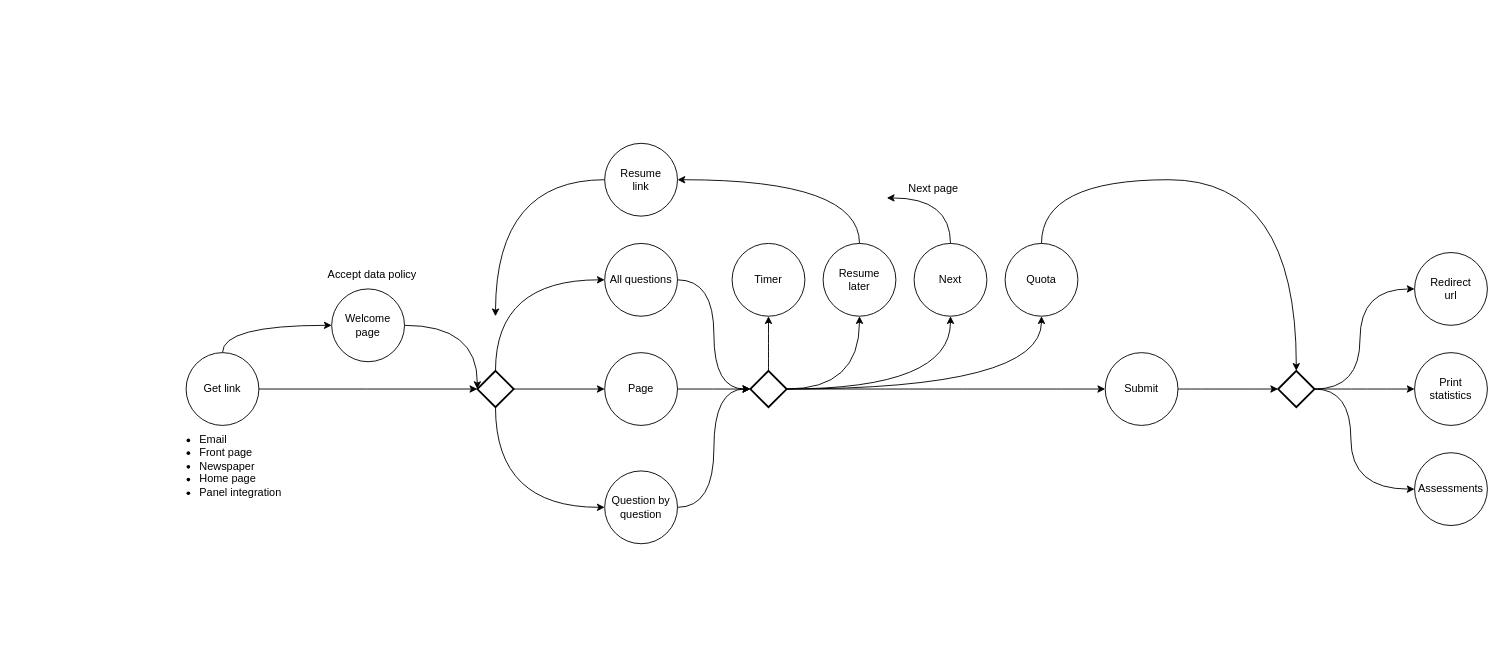
Earlier version of the draw.io diagram Take a survey flow.drawio (olleharstedt/diagrams.net). Source tidied: cells renumbered, new cells numbered last; positions are measured from the earlier drawing's top-left corner, leaving out a move shared by most shapes. Both pictures are drawn from the tidied source at 91%, with x=0, y=0 at pixel (160, 143).
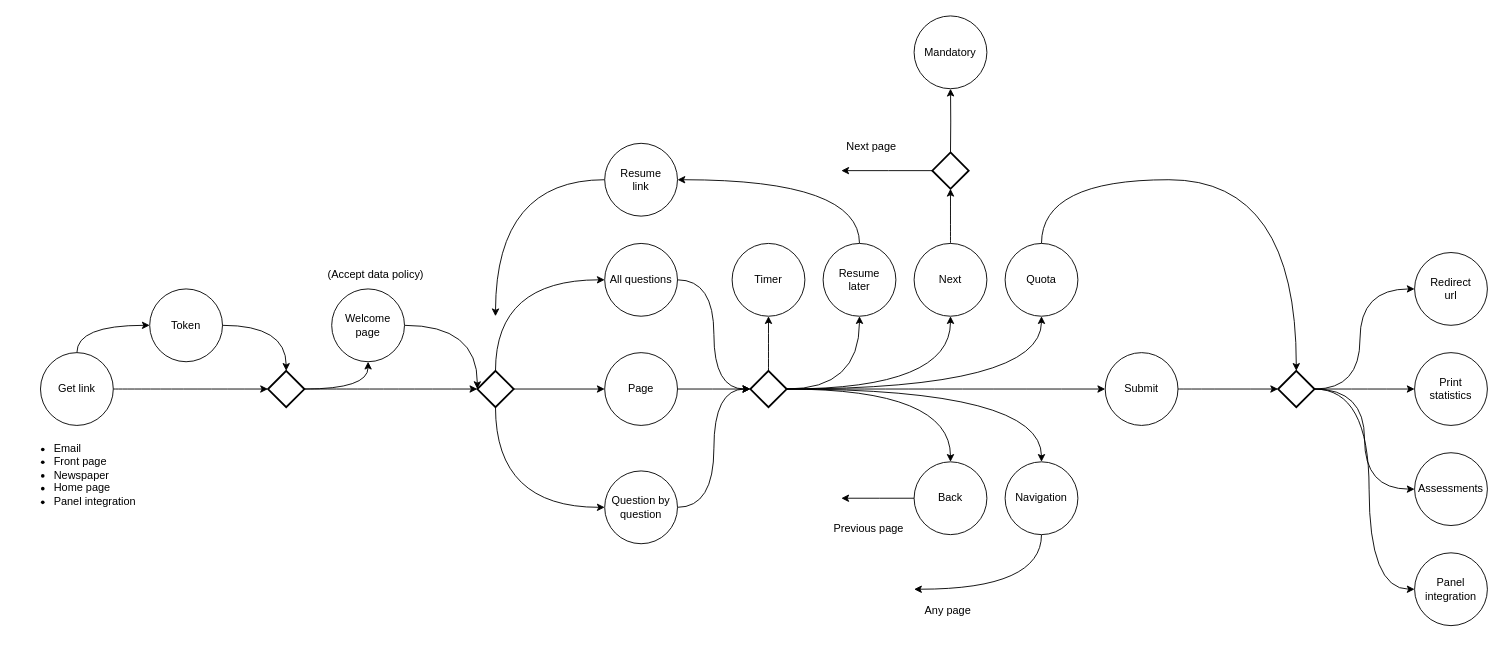
The same page after the edit.

Unchanged cells that the change refers to:
```xml
<mxCell id="13" style="strokeWidth=2;html=1;shape=mxgraph.flowchart.decision;whiteSpace=wrap;" parent="1" vertex="1">
  <mxGeometry x="348" y="250" width="40" height="40" as="geometry" />
</mxCell>
<mxCell id="15" value="Welcome page" style="ellipse;whiteSpace=wrap;html=1;" parent="1" vertex="1">
  <mxGeometry x="188" y="160" width="80" height="80" as="geometry" />
</mxCell>
<mxCell id="20" style="strokeWidth=2;html=1;shape=mxgraph.flowchart.decision;whiteSpace=wrap;" parent="1" vertex="1">
  <mxGeometry x="648" y="250" width="40" height="40" as="geometry" />
</mxCell>
<mxCell id="25" value="Next" style="ellipse;whiteSpace=wrap;html=1;" parent="1" vertex="1">
  <mxGeometry x="828" y="110" width="80" height="80" as="geometry" />
</mxCell>
<mxCell id="35" value="Assessments" style="ellipse;whiteSpace=wrap;html=1;" parent="1" vertex="1">
  <mxGeometry x="1378" y="340" width="80" height="80" as="geometry" />
</mxCell>
<mxCell id="42" style="strokeWidth=2;html=1;shape=mxgraph.flowchart.decision;whiteSpace=wrap;" parent="1" vertex="1">
  <mxGeometry x="1228" y="250" width="40" height="40" as="geometry" />
</mxCell>
```

Diff of the diagram source:
```diff
@@
-    <mxCell id="2" style="edgeStyle=orthogonalEdgeStyle;curved=1;jettySize=auto;html=1;" parent="1" edge="1" source="4" target="15">
-      <mxGeometry relative="1" as="geometry">
-        <Array as="points">
-          <mxPoint x="68" y="200" />
-        </Array>
-      </mxGeometry>
-    </mxCell>
-    <mxCell id="3" style="edgeStyle=orthogonalEdgeStyle;curved=1;jettySize=auto;html=1;" parent="1" edge="1" source="4">
-      <mxGeometry relative="1" as="geometry">
-        <mxPoint x="348" y="270" as="targetPoint" />
-      </mxGeometry>
+    <mxCell id="3" style="edgeStyle=orthogonalEdgeStyle;curved=1;jettySize=auto;html=1;entryX=0;entryY=0.5;entryDx=0;entryDy=0;entryPerimeter=0;" parent="1" edge="1" source="4" target="54">
+      <mxGeometry relative="1" as="geometry" />
     </mxCell>
+    <mxCell id="44" style="edgeStyle=orthogonalEdgeStyle;curved=1;jettySize=auto;html=1;exitX=0.5;exitY=0;exitDx=0;exitDy=0;" parent="1" edge="1" source="4" target="52">
+      <mxGeometry relative="1" as="geometry" />
+    </mxCell>
     <mxCell id="4" value="Get link" style="ellipse;whiteSpace=wrap;html=1;" parent="1" vertex="1">
-      <mxGeometry x="28" y="230" width="80" height="80" as="geometry" />
+      <mxGeometry x="-132" y="230" width="80" height="80" as="geometry" />
     </mxCell>
@@
+    <mxCell id="45" style="edgeStyle=orthogonalEdgeStyle;curved=1;jettySize=auto;html=1;exitX=1;exitY=0.5;exitDx=0;exitDy=0;exitPerimeter=0;" parent="1" edge="1" source="20">
+      <mxGeometry relative="1" as="geometry">
+        <mxPoint x="868" y="350" as="targetPoint" />
+        <Array as="points">
+          <mxPoint x="868" y="270" />
+        </Array>
+      </mxGeometry>
+    </mxCell>
@@
-    <mxCell id="27" style="edgeStyle=orthogonalEdgeStyle;curved=1;jettySize=auto;html=1;exitX=1;exitY=0.5;exitDx=0;exitDy=0;exitPerimeter=0;" parent="1" edge="1" source="42" target="35">
-      <mxGeometry relative="1" as="geometry">
-        <Array as="points">
-          <mxPoint x="1308" y="270" />
-          <mxPoint x="1308" y="380" />
-        </Array>
-      </mxGeometry>
-    </mxCell>
@@
     <mxCell id="39" value="&lt;ul&gt;&lt;li&gt;Email&lt;/li&gt;&lt;li&gt;Front page&lt;/li&gt;&lt;li&gt;Newspaper&lt;/li&gt;&lt;li&gt;Home page&lt;/li&gt;&lt;li&gt;Panel integration&lt;br&gt;&lt;/li&gt;&lt;/ul&gt;" style="text;html=1;strokeColor=none;fillColor=none;align=left;verticalAlign=top;whiteSpace=wrap;rounded=0;" parent="1" vertex="1">
-      <mxGeometry x="0.5" y="300" width="135" height="120" as="geometry" />
+      <mxGeometry x="-159.5" y="310" width="135" height="120" as="geometry" />
     </mxCell>
-    <mxCell id="40" style="edgeStyle=orthogonalEdgeStyle;curved=1;jettySize=auto;html=1;exitX=0.5;exitY=0;exitDx=0;exitDy=0;" parent="1" edge="1" source="25">
-      <mxGeometry relative="1" as="geometry">
-        <mxPoint x="798" y="60" as="targetPoint" />
-        <Array as="points">
-          <mxPoint x="868" y="60" />
-        </Array>
-      </mxGeometry>
+    <mxCell id="40" style="edgeStyle=orthogonalEdgeStyle;curved=1;jettySize=auto;html=1;exitX=0.5;exitY=0;exitDx=0;exitDy=0;entryX=0.5;entryY=1;entryDx=0;entryDy=0;entryPerimeter=0;" parent="1" edge="1" source="25" target="49">
+      <mxGeometry relative="1" as="geometry" />
     </mxCell>
-    <mxCell id="41" value="Next page" style="text;html=1;strokeColor=none;fillColor=none;align=center;verticalAlign=middle;whiteSpace=wrap;rounded=0;" parent="1" vertex="1">
-      <mxGeometry x="798" y="40" width="103" height="20" as="geometry" />
-    </mxCell>
+    <mxCell id="46" style="edgeStyle=orthogonalEdgeStyle;curved=1;jettySize=auto;html=1;entryX=0;entryY=0.5;entryDx=0;entryDy=0;" parent="1" edge="1" source="42" target="47">
+      <mxGeometry relative="1" as="geometry">
+        <Array as="points">
+          <mxPoint x="1328" y="270" />
+          <mxPoint x="1328" y="490" />
+        </Array>
+      </mxGeometry>
+    </mxCell>
@@
-    <mxCell id="43" value="Accept data policy" style="text;strokeColor=none;fillColor=none;align=left;verticalAlign=top;spacingLeft=4;spacingRight=4;overflow=hidden;" parent="1" vertex="1">
+    <mxCell id="43" value="(Accept data policy)" style="text;strokeColor=none;fillColor=none;align=left;verticalAlign=top;spacingLeft=4;spacingRight=4;overflow=hidden;" parent="1" vertex="1">
       <mxGeometry x="178" y="130" width="130" height="26" as="geometry" />
     </mxCell>
+    <mxCell id="47" value="&lt;div&gt;Panel&lt;/div&gt;&lt;div&gt;integration&lt;br&gt;&lt;/div&gt;" style="ellipse;whiteSpace=wrap;html=1;" parent="1" vertex="1">
+      <mxGeometry x="1378" y="450" width="80" height="80" as="geometry" />
+    </mxCell>
+    <mxCell id="27" style="edgeStyle=orthogonalEdgeStyle;curved=1;jettySize=auto;html=1;exitX=1;exitY=0.5;exitDx=0;exitDy=0;exitPerimeter=0;entryX=0;entryY=0.5;entryDx=0;entryDy=0;" parent="1" edge="1" source="42" target="35">
+      <mxGeometry relative="1" as="geometry" />
+    </mxCell>
+    <mxCell id="48" value="Mandatory" style="ellipse;whiteSpace=wrap;html=1;" parent="1" vertex="1">
+      <mxGeometry x="828" y="-140" width="80" height="80" as="geometry" />
+    </mxCell>
+    <mxCell id="49" style="strokeWidth=2;html=1;shape=mxgraph.flowchart.decision;whiteSpace=wrap;" parent="1" vertex="1">
+      <mxGeometry x="848" y="10" width="40" height="40" as="geometry" />
+    </mxCell>
+    <mxCell id="50" style="edgeStyle=orthogonalEdgeStyle;curved=1;jettySize=auto;html=1;entryX=0.5;entryY=1;entryDx=0;entryDy=0;" parent="1" edge="1" target="48">
+      <mxGeometry relative="1" as="geometry">
+        <mxPoint x="868" y="10" as="sourcePoint" />
+      </mxGeometry>
+    </mxCell>
+    <mxCell id="51" style="edgeStyle=orthogonalEdgeStyle;curved=1;jettySize=auto;html=1;exitX=0;exitY=0.5;exitDx=0;exitDy=0;exitPerimeter=0;" parent="1" edge="1" source="49">
+      <mxGeometry relative="1" as="geometry">
+        <mxPoint x="748" y="30" as="targetPoint" />
+      </mxGeometry>
+    </mxCell>
+    <mxCell id="41" value="Next page" style="text;strokeColor=none;fillColor=none;align=left;verticalAlign=top;spacingLeft=4;spacingRight=4;overflow=hidden;" parent="1" vertex="1">
+      <mxGeometry x="748" y="-10" width="130" height="26" as="geometry" />
+    </mxCell>
+    <mxCell id="52" value="Token" style="ellipse;whiteSpace=wrap;html=1;" parent="1" vertex="1">
+      <mxGeometry x="-12" y="160" width="80" height="80" as="geometry" />
+    </mxCell>
+    <mxCell id="53" style="edgeStyle=orthogonalEdgeStyle;curved=1;jettySize=auto;html=1;entryX=0;entryY=0.5;entryDx=0;entryDy=0;entryPerimeter=0;" parent="1" edge="1" source="54" target="13">
+      <mxGeometry relative="1" as="geometry" />
+    </mxCell>
+    <mxCell id="54" style="strokeWidth=2;html=1;shape=mxgraph.flowchart.decision;whiteSpace=wrap;" parent="1" vertex="1">
+      <mxGeometry x="118" y="250" width="40" height="40" as="geometry" />
+    </mxCell>
+    <mxCell id="55" style="edgeStyle=orthogonalEdgeStyle;curved=1;jettySize=auto;html=1;entryX=0.5;entryY=0;entryDx=0;entryDy=0;entryPerimeter=0;exitX=1;exitY=0.5;exitDx=0;exitDy=0;" parent="1" edge="1" source="52" target="54">
+      <mxGeometry relative="1" as="geometry" />
+    </mxCell>
+    <mxCell id="56" style="edgeStyle=orthogonalEdgeStyle;curved=1;jettySize=auto;html=1;entryX=0.5;entryY=1;entryDx=0;entryDy=0;exitX=1;exitY=0.5;exitDx=0;exitDy=0;exitPerimeter=0;" parent="1" edge="1" source="54" target="15">
+      <mxGeometry relative="1" as="geometry" />
+    </mxCell>
+    <mxCell id="57" style="edgeStyle=orthogonalEdgeStyle;curved=1;jettySize=auto;html=1;" parent="1" edge="1" source="58">
+      <mxGeometry relative="1" as="geometry">
+        <mxPoint x="748" y="390" as="targetPoint" />
+      </mxGeometry>
+    </mxCell>
+    <mxCell id="58" value="Back" style="ellipse;whiteSpace=wrap;html=1;" parent="1" vertex="1">
+      <mxGeometry x="828" y="350" width="80" height="80" as="geometry" />
+    </mxCell>
+    <mxCell id="59" value="Previous page" style="text;html=1;strokeColor=none;fillColor=none;align=left;verticalAlign=top;whiteSpace=wrap;rounded=0;" parent="1" vertex="1">
+      <mxGeometry x="738" y="410" width="120" height="50" as="geometry" />
+    </mxCell>
+    <mxCell id="60" style="edgeStyle=orthogonalEdgeStyle;curved=1;jettySize=auto;html=1;exitX=0.5;exitY=1;exitDx=0;exitDy=0;" parent="1" edge="1" source="61">
+      <mxGeometry relative="1" as="geometry">
+        <mxPoint x="828" y="490" as="targetPoint" />
+        <Array as="points">
+          <mxPoint x="968" y="490" />
+        </Array>
+      </mxGeometry>
+    </mxCell>
+    <mxCell id="61" value="Navigation" style="ellipse;whiteSpace=wrap;html=1;" parent="1" vertex="1">
+      <mxGeometry x="928" y="350" width="80" height="80" as="geometry" />
+    </mxCell>
+    <mxCell id="62" style="edgeStyle=orthogonalEdgeStyle;curved=1;jettySize=auto;html=1;exitX=1;exitY=0.5;exitDx=0;exitDy=0;exitPerimeter=0;" parent="1" edge="1" source="20">
+      <mxGeometry relative="1" as="geometry">
+        <mxPoint x="968" y="350" as="targetPoint" />
+        <Array as="points">
+          <mxPoint x="968" y="270" />
+        </Array>
+      </mxGeometry>
+    </mxCell>
+    <mxCell id="63" value="Any page" style="text;html=1;strokeColor=none;fillColor=none;align=left;verticalAlign=top;whiteSpace=wrap;rounded=0;" parent="1" vertex="1">
+      <mxGeometry x="838" y="500" width="120" height="50" as="geometry" />
+    </mxCell>
```
